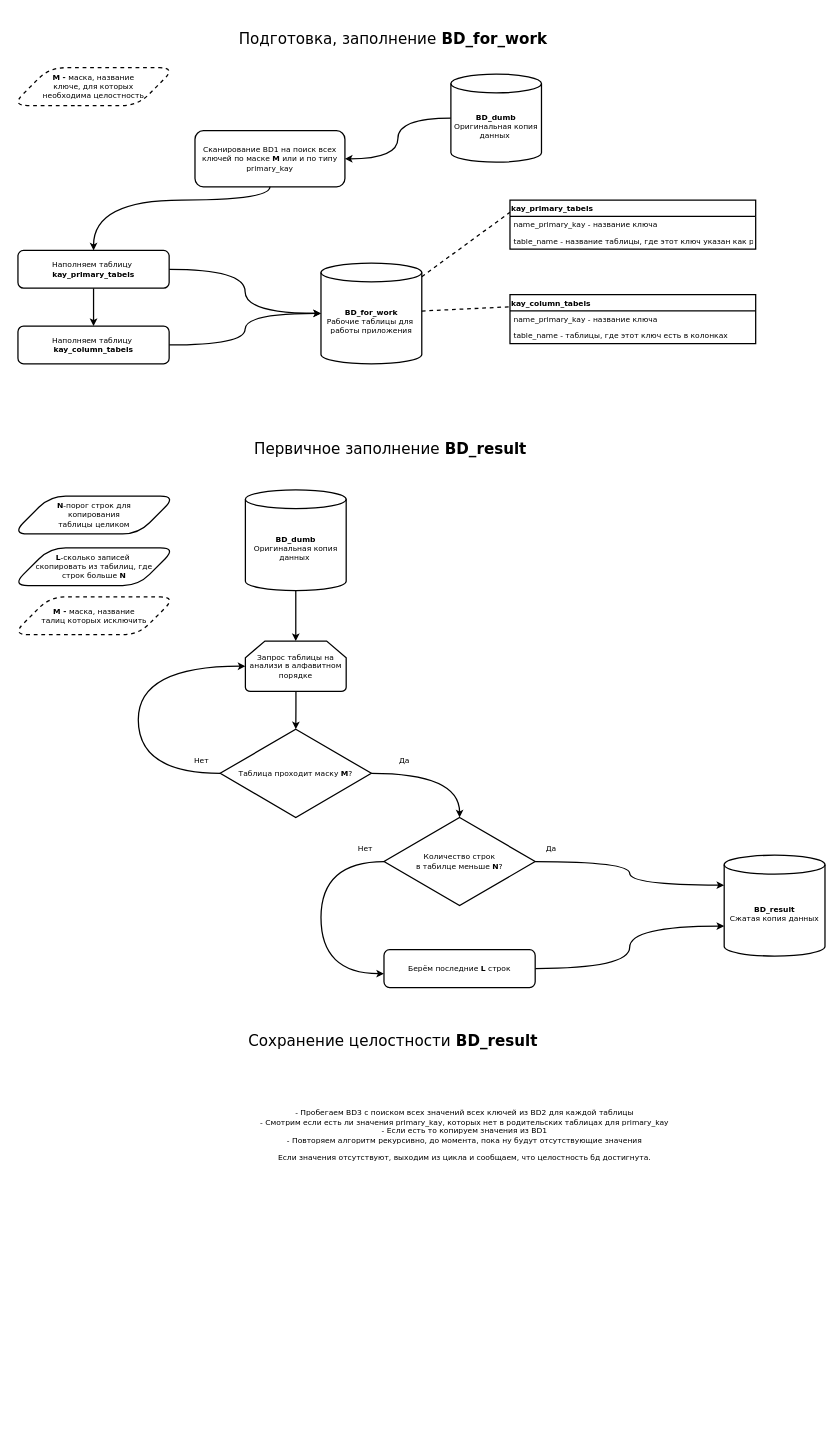
lyucean/mysql_sync_app keeps this draw.io diagram as work_algorithm.drawio. Above is the earlier version. Source tidied: cells renumbered, new cells numbered last; positions are measured from the earlier drawing's top-left corner, leaving out a move shared by most shapes. Both pictures are drawn from the tidied source at 63%, with x=0, y=0 at pixel (11, 11).
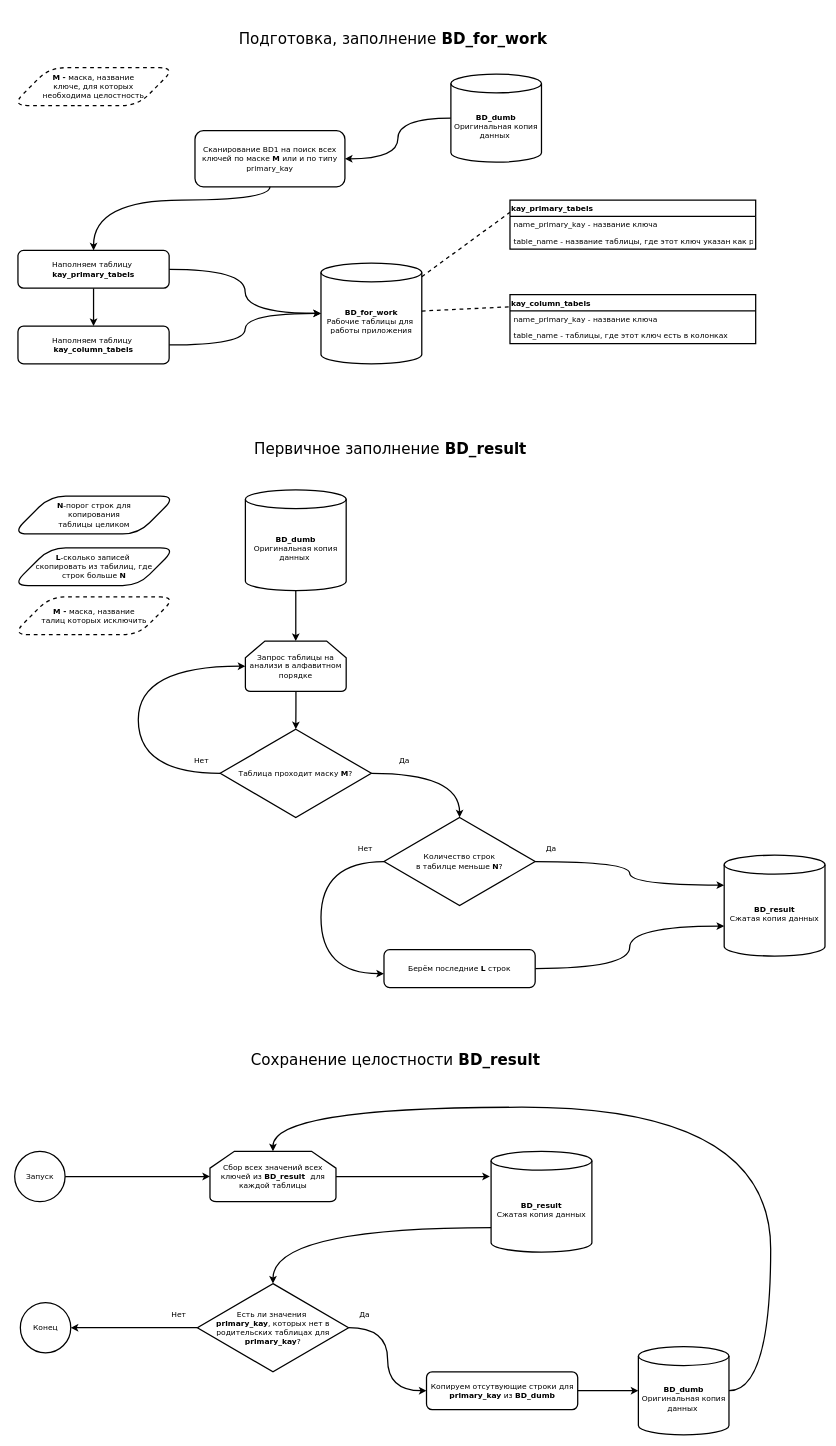
After the change.

Commit message:
Maintaining integrity BD_result

Change to the diagram source:
```diff
@@
     <mxCell id="24" value="&lt;span style=&quot;font-weight: normal&quot;&gt;Сохранение целостности&lt;/span&gt; BD_result" style="text;strokeColor=none;fillColor=none;html=1;fontSize=24;fontStyle=1;verticalAlign=middle;align=center;fontFamily=Verdana;strokeWidth=2;" parent="1" vertex="1">
-      <mxGeometry x="346.6" y="1590" width="516.3" height="90" as="geometry" />
+      <mxGeometry x="350.4" y="1620" width="516.3" height="90" as="geometry" />
     </mxCell>
@@
-    <mxCell id="44" value="&lt;div&gt;&lt;br&gt;&lt;/div&gt;&lt;div&gt;- Пробегаем BD3 с поиском всех значений всех ключей из BD2 для каждой таблицы&lt;/div&gt;&lt;div&gt;- Смотрим если есть ли значения primary_kay, которых нет в родительских таблицах для primary_kay&lt;/div&gt;&lt;div&gt;- Если есть то копируем значения из BD1&lt;/div&gt;&lt;div&gt;- Повторяем алгоритм рекурсивно, до момента, пока ну будут отсутствующие значения&lt;/div&gt;&lt;div&gt;&lt;br&gt;&lt;/div&gt;&lt;div&gt;Если значения отсутствуют, выходим из цикла и сообщаем, что целостность бд достигнута.&lt;/div&gt;&lt;div&gt;&lt;br&gt;&lt;/div&gt;" style="text;html=1;strokeColor=none;fillColor=none;align=center;verticalAlign=middle;whiteSpace=wrap;rounded=0;shadow=0;sketch=0;fontFamily=Verdana;" parent="1" vertex="1">
-      <mxGeometry x="338.5" y="1710" width="760" height="150" as="geometry" />
-    </mxCell>
+    <mxCell id="45" style="edgeStyle=orthogonalEdgeStyle;curved=1;rounded=0;jettySize=auto;html=1;entryX=0.5;entryY=0;entryDx=0;entryDy=0;entryPerimeter=0;strokeWidth=2;exitX=1;exitY=0.5;exitDx=0;exitDy=0;exitPerimeter=0;" parent="1" edge="1" source="46" target="48">
+      <mxGeometry relative="1" as="geometry">
+        <Array as="points">
+          <mxPoint x="1204.8" y="2190" />
+          <mxPoint x="1204.8" y="1740" />
+          <mxPoint x="414.8" y="1740" />
+        </Array>
+      </mxGeometry>
+    </mxCell>
+    <mxCell id="46" value="&lt;b&gt;BD_dumb&lt;/b&gt;&lt;br&gt;Оригинальная копия данных&amp;nbsp;" style="shape=cylinder3;whiteSpace=wrap;html=1;boundedLbl=1;backgroundOutline=1;size=15;fontFamily=Verdana;strokeWidth=2;" parent="1" vertex="1">
+      <mxGeometry x="994.8" y="2120" width="143.8" height="140" as="geometry" />
+    </mxCell>
+    <mxCell id="47" style="edgeStyle=orthogonalEdgeStyle;rounded=0;jettySize=auto;html=1;curved=1;strokeWidth=2;entryX=-0.012;entryY=0.25;entryDx=0;entryDy=0;entryPerimeter=0;" parent="1" edge="1" source="48" target="50">
+      <mxGeometry relative="1" as="geometry" />
+    </mxCell>
+    <mxCell id="48" value="Сбор всех значений всех ключей из&amp;nbsp;&lt;b&gt;BD_result&amp;nbsp;&amp;nbsp;&lt;/b&gt;для каждой таблицы" style="strokeWidth=2;html=1;shape=mxgraph.flowchart.loop_limit;whiteSpace=wrap;rounded=0;shadow=0;sketch=0;gradientColor=none;fontFamily=Verdana;" parent="1" vertex="1">
+      <mxGeometry x="314.8" y="1810" width="200" height="80" as="geometry" />
+    </mxCell>
+    <mxCell id="49" style="edgeStyle=orthogonalEdgeStyle;curved=1;rounded=0;jettySize=auto;html=1;entryX=0.5;entryY=0;entryDx=0;entryDy=0;exitX=0.013;exitY=0.756;exitDx=0;exitDy=0;exitPerimeter=0;strokeWidth=2;" parent="1" edge="1" source="50" target="53">
+      <mxGeometry relative="1" as="geometry" />
+    </mxCell>
+    <mxCell id="50" value="&lt;b&gt;BD_result&lt;/b&gt;&lt;br&gt;Сжатая копия данных" style="shape=cylinder3;whiteSpace=wrap;html=1;boundedLbl=1;backgroundOutline=1;size=15;fontFamily=Verdana;strokeWidth=2;" parent="1" vertex="1">
+      <mxGeometry x="761" y="1810" width="160" height="160" as="geometry" />
+    </mxCell>
+    <mxCell id="51" style="edgeStyle=orthogonalEdgeStyle;curved=1;rounded=0;jettySize=auto;html=1;strokeWidth=2;" parent="1" edge="1" source="53" target="55">
+      <mxGeometry relative="1" as="geometry" />
+    </mxCell>
+    <mxCell id="52" style="edgeStyle=orthogonalEdgeStyle;curved=1;rounded=0;jettySize=auto;html=1;entryX=1;entryY=0.5;entryDx=0;entryDy=0;strokeWidth=2;fontFamily=Verdana;" parent="1" edge="1" source="53" target="59">
+      <mxGeometry relative="1" as="geometry" />
+    </mxCell>
+    <mxCell id="53" value="&lt;div&gt;Есть ли значения&amp;nbsp;&lt;/div&gt;&lt;div&gt;&lt;b&gt;primary_kay&lt;/b&gt;, которых нет в родительских таблицах для &lt;b&gt;primary_kay&lt;/b&gt;?&lt;/div&gt;" style="rhombus;whiteSpace=wrap;html=1;fontFamily=Verdana;rounded=0;sketch=0;shadow=0;strokeWidth=2;" parent="1" vertex="1">
+      <mxGeometry x="294.8" y="2020" width="240" height="140" as="geometry" />
+    </mxCell>
+    <mxCell id="54" style="edgeStyle=orthogonalEdgeStyle;curved=1;rounded=0;jettySize=auto;html=1;entryX=0;entryY=0.5;entryDx=0;entryDy=0;entryPerimeter=0;strokeWidth=2;" parent="1" edge="1" source="55" target="46">
+      <mxGeometry relative="1" as="geometry" />
+    </mxCell>
+    <mxCell id="55" value="Копируем отсутвующие строки для &lt;b&gt;primary_kay&lt;/b&gt;&amp;nbsp;из&amp;nbsp;&lt;b&gt;BD_dumb&lt;/b&gt;" style="whiteSpace=wrap;html=1;rounded=1;shadow=0;strokeWidth=2;glass=0;fontFamily=Verdana;" parent="1" vertex="1">
+      <mxGeometry x="658.5" y="2160" width="240" height="60" as="geometry" />
+    </mxCell>
+    <mxCell id="56" value="Да" style="text;html=1;align=center;verticalAlign=middle;fontFamily=Verdana;strokeWidth=2;" parent="1" vertex="1">
+      <mxGeometry x="544.8" y="2060" width="30" height="20" as="geometry" />
+    </mxCell>
+    <mxCell id="57" style="edgeStyle=orthogonalEdgeStyle;curved=1;rounded=0;jettySize=auto;html=1;entryX=0;entryY=0.5;entryDx=0;entryDy=0;entryPerimeter=0;strokeWidth=2;fontFamily=Verdana;" parent="1" edge="1" source="58" target="48">
+      <mxGeometry relative="1" as="geometry" />
+    </mxCell>
+    <mxCell id="58" value="Запуск" style="ellipse;whiteSpace=wrap;html=1;fontFamily=Verdana;strokeWidth=2;" parent="1" vertex="1">
+      <mxGeometry x="4.8" y="1810" width="80" height="80" as="geometry" />
+    </mxCell>
+    <mxCell id="59" value="Конец" style="ellipse;whiteSpace=wrap;html=1;fontFamily=Verdana;strokeWidth=2;" parent="1" vertex="1">
+      <mxGeometry x="13.8" y="2050" width="80" height="80" as="geometry" />
+    </mxCell>
+    <mxCell id="60" value="Нет" style="text;html=1;align=center;verticalAlign=middle;fontFamily=Verdana;strokeWidth=2;" parent="1" vertex="1">
+      <mxGeometry x="244.8" y="2060" width="40" height="20" as="geometry" />
+    </mxCell>
```
